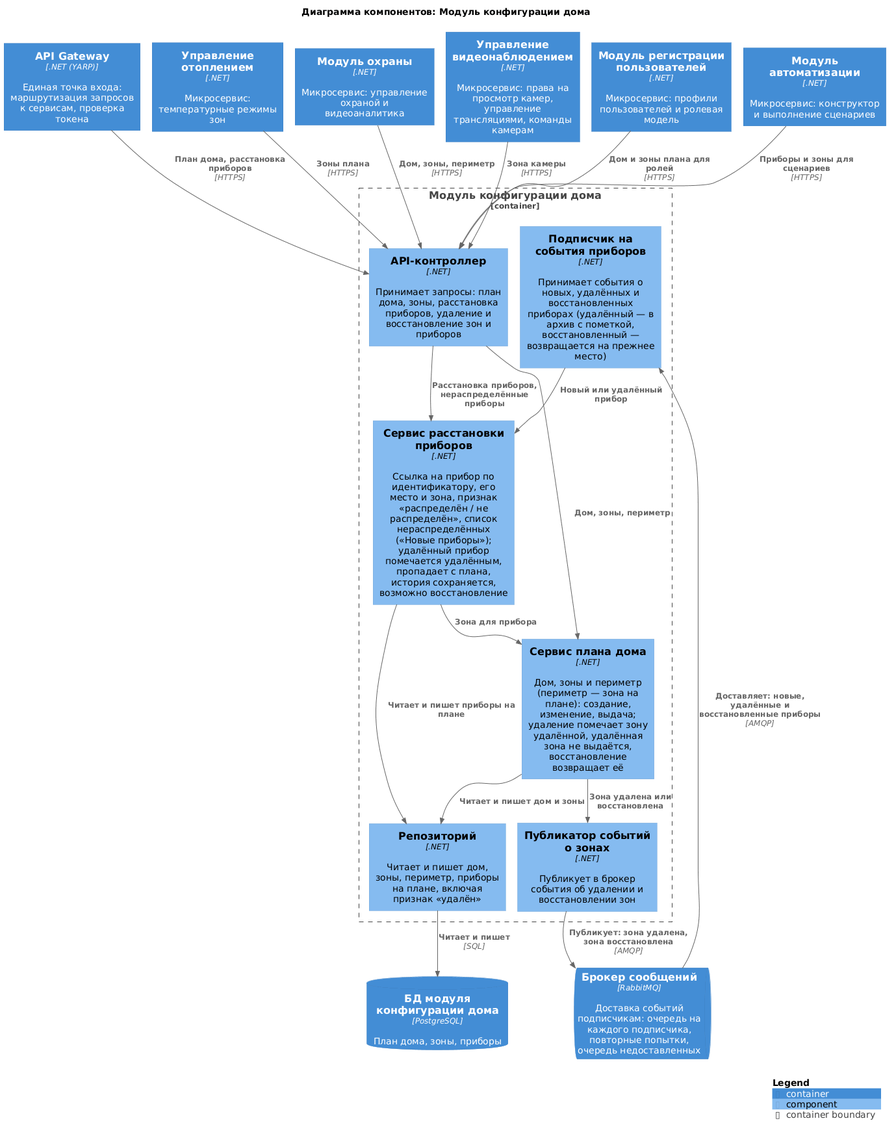
Before: diagrams/components/house-configurator.png, a diagram exported from PlantUML (Lyamin-av/architecture-warmhouse).
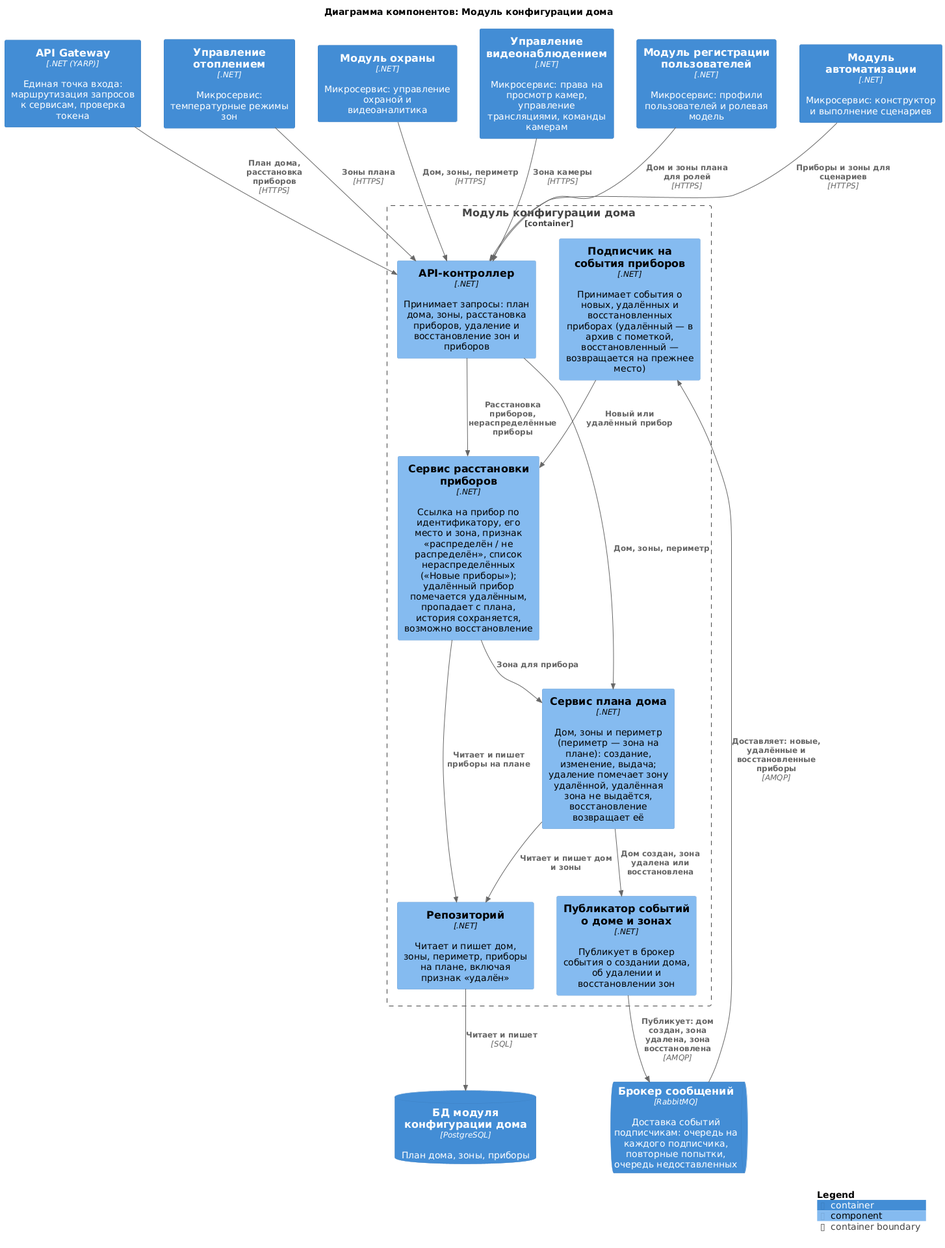
Above is the later version.

Diff of the diagram source:
```diff
@@ -17,7 +17,7 @@
     Component(plan, "Сервис плана дома", ".NET", "Дом, зоны и периметр (периметр — зона на плане): создание, изменение, выдача; удаление помечает зону удалённой, удалённая зона не выдаётся, восстановление возвращает её")
     Component(placement, "Сервис расстановки приборов", ".NET", "Ссылка на прибор по идентификатору, его место и зона, признак «распределён / не распределён», список нераспределённых («Новые приборы»); удалённый прибор помечается удалённым, пропадает с плана, история сохраняется, возможно восстановление")
     Component(subscriber, "Подписчик на события приборов", ".NET", "Принимает события о новых, удалённых и восстановленных приборах (удалённый — в архив с пометкой, восстановленный — возвращается на прежнее место)")
-    Component(publisher, "Публикатор событий о зонах", ".NET", "Публикует в брокер события об удалении и восстановлении зон")
+    Component(publisher, "Публикатор событий о доме и зонах", ".NET", "Публикует в брокер события о создании дома, об удалении и восстановлении зон")
     Component(repo, "Репозиторий", ".NET", "Читает и пишет дом, зоны, периметр, приборы на плане, включая признак «удалён»")
 }
 
@@ -33,8 +33,8 @@
 Rel(api, placement, "Расстановка приборов, нераспределённые приборы")
 Rel(subscriber, placement, "Новый или удалённый прибор")
 Rel(placement, plan, "Зона для прибора")
-Rel(plan, publisher, "Зона удалена или восстановлена")
-Rel(publisher, Broker, "Публикует: зона удалена, зона восстановлена", "AMQP")
+Rel(plan, publisher, "Дом создан, зона удалена или восстановлена")
+Rel(publisher, Broker, "Публикует: дом создан, зона удалена, зона восстановлена", "AMQP")
 Rel(plan, repo, "Читает и пишет дом и зоны")
 Rel(placement, repo, "Читает и пишет приборы на плане")
 
```
